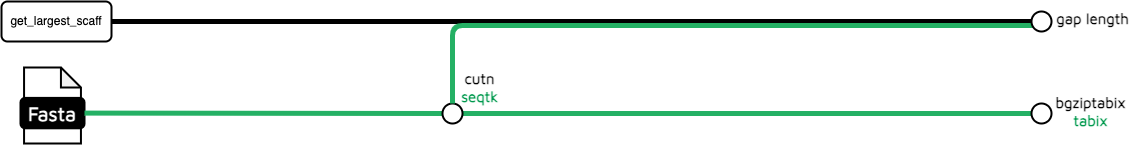
The draw.io diagram docs/images/v1-1-0/treeval_1_1_0_gap_finder.png in sanger-tol/treeval, before a commit. Source tidied: cells renumbered, new cells last; positions are measured from the earlier drawing's top-left corner, leaving out a move shared by most shapes.
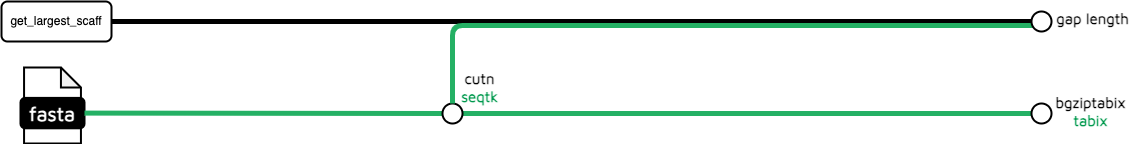
After the commit.

What changed in the source:
```diff
@@ -32,7 +32,7 @@
     <mxCell id="9" style="shape=note;whiteSpace=wrap;html=1;backgroundOutline=1;darkOpacity=0.05;rounded=1;size=20;strokeWidth=2;labelBackgroundColor=none;" parent="1" vertex="1">
       <mxGeometry x="22.6" y="66" width="56.9" height="76" as="geometry" />
     </mxCell>
-    <mxCell id="10" value="&lt;font face=&quot;Maven Pro&quot; color=&quot;#ffffff&quot;&gt;&lt;b&gt;&lt;font style=&quot;font-size: 20px;&quot;&gt;Fasta&lt;/font&gt;&lt;/b&gt;&lt;/font&gt;" style="rounded=1;whiteSpace=wrap;html=1;strokeWidth=2;fillColor=#000000;labelBackgroundColor=none;" parent="1" vertex="1">
+    <mxCell id="10" value="&lt;font face=&quot;Maven Pro&quot; color=&quot;#ffffff&quot;&gt;&lt;b&gt;&lt;font style=&quot;font-size: 20px;&quot;&gt;fasta&lt;/font&gt;&lt;/b&gt;&lt;/font&gt;" style="rounded=1;whiteSpace=wrap;html=1;strokeWidth=2;fillColor=#000000;labelBackgroundColor=none;" parent="1" vertex="1">
       <mxGeometry x="19" y="96.4" width="64" height="30.4" as="geometry" />
     </mxCell>
     <mxCell id="11" style="endArrow=none;html=1;rounded=1;strokeWidth=5;strokeColor=#24B064;exitX=1;exitY=0.5;exitDx=0;exitDy=0;labelBackgroundColor=none;" parent="1" edge="1" source="10" target="12">
```
